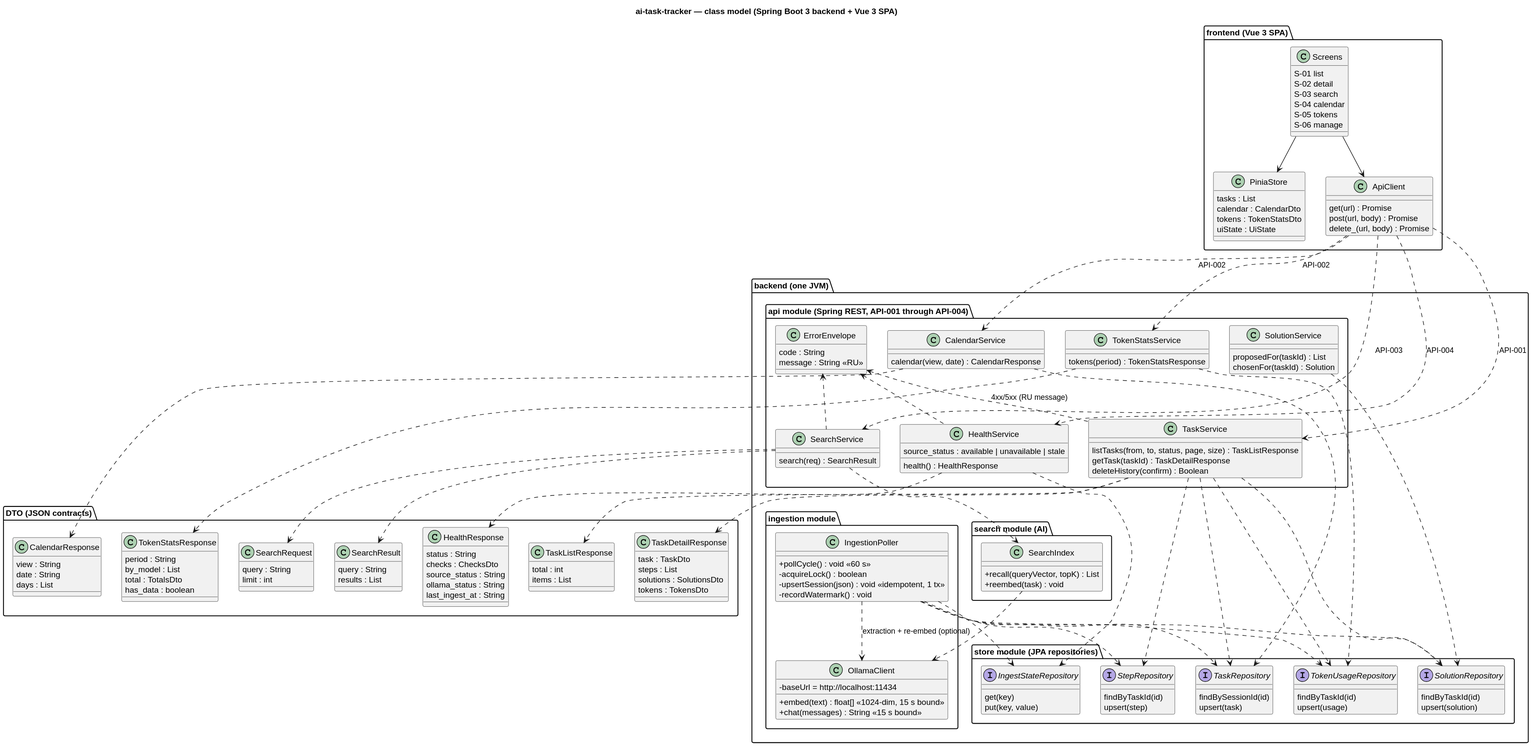
Earlier version of the PlantUML export docs/architecture/class-ai-task-tracker.svg (serge-sasov/ai-task-tracker).
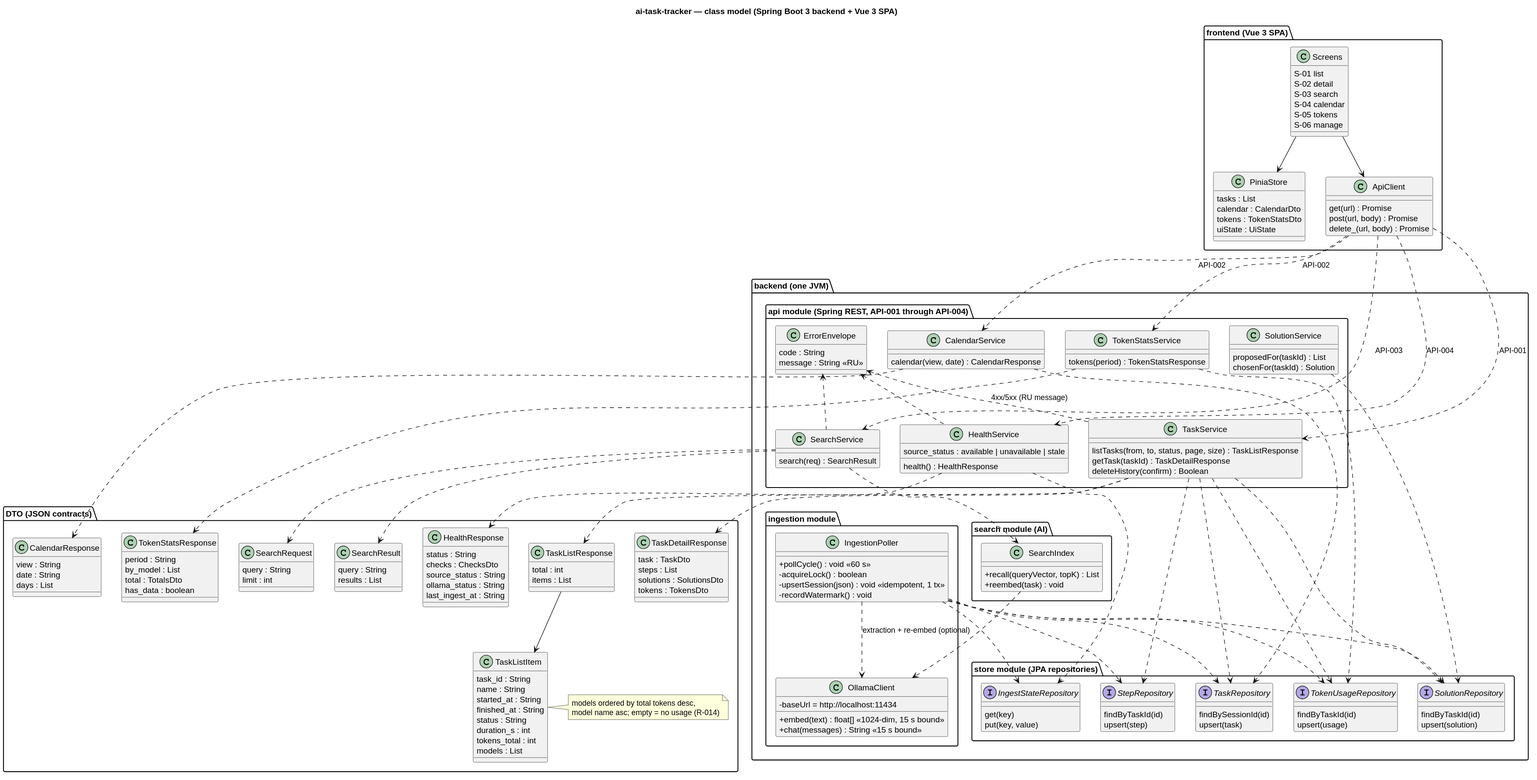
The same diagram one commit later.

Diff of the diagram source:
```diff
@@ -82,6 +82,18 @@
     total : int
     items : List
   }
+  class TaskListItem {
+    task_id : String
+    name : String
+    started_at : String
+    finished_at : String
+    status : String
+    duration_s : int
+    tokens_total : int
+    models : List
+  }
+  TaskListResponse --> TaskListItem
+  note right of TaskListItem : models ordered by total tokens desc,\nmodel name asc; empty = no usage (R-014)
   class TaskDetailResponse {
     task : TaskDto
     steps : List
```
